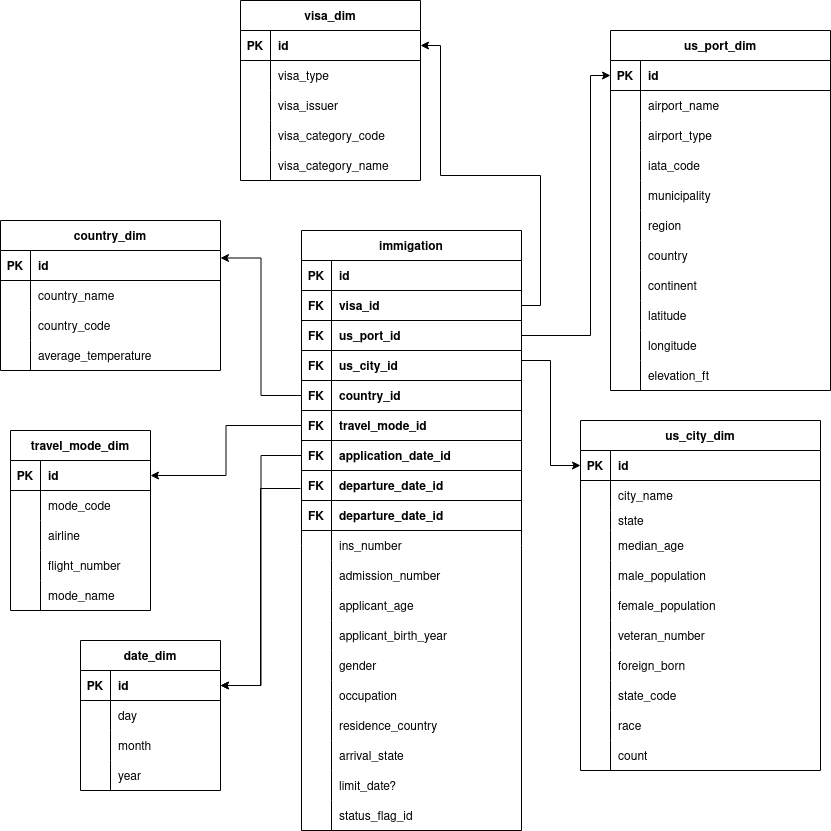
Above: assets/datawarehouse_design.png in trantuanngoc/us_immigration_data_engineering (draw.io), before the change. Source tidied: cells renumbered, new cells last; positions are measured from the earlier drawing's top-left corner, leaving out a move shared by most shapes.
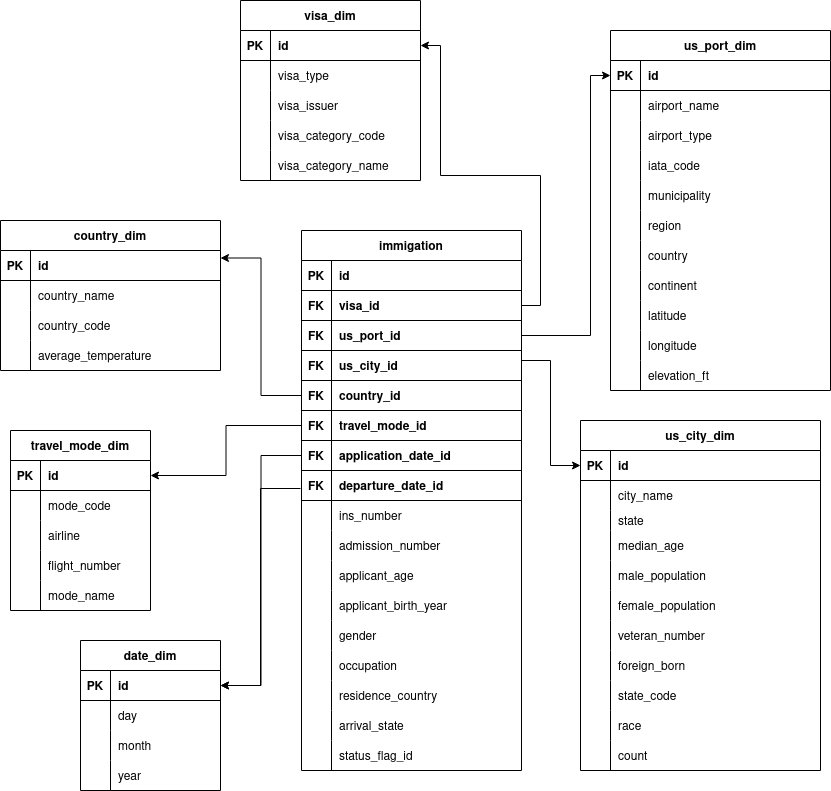
The same diagram one commit later.

Diff of the diagram source:
```diff
@@ -42,7 +42,7 @@
       <mxGeometry x="30" width="110" height="30" as="geometry" />
     </mxCell>
     <mxCell id="15" value="immigation" style="shape=table;startSize=30;rowLines=0;fontStyle=1;align=center;" parent="1" vertex="1">
-      <mxGeometry x="301" y="230" width="220" height="600" as="geometry" />
+      <mxGeometry x="301" y="230" width="220" height="540" as="geometry" />
     </mxCell>
     <mxCell id="16" style="shape=tableRow;horizontal=0;startSize=0;swimlaneHead=0;swimlaneBody=0;fillColor=none;strokeColor=inherit;top=0;left=0;right=0;bottom=1;fontStyle=0;" parent="15" vertex="1">
       <mxGeometry y="30" width="220" height="30" as="geometry" />
@@ -116,17 +116,8 @@
     <mxCell id="39" value="departure_date_id" style="shape=partialRectangle;overflow=hidden;fillColor=none;align=left;strokeColor=inherit;top=0;left=0;bottom=0;right=0;spacingLeft=6;fontStyle=1;" parent="37" vertex="1">
       <mxGeometry x="30" width="190" height="30" as="geometry" />
     </mxCell>
-    <mxCell id="40" style="shape=tableRow;horizontal=0;startSize=0;swimlaneHead=0;swimlaneBody=0;fillColor=none;strokeColor=inherit;top=0;left=0;right=0;bottom=1;fontStyle=0;" parent="15" vertex="1">
-      <mxGeometry y="270" width="220" height="30" as="geometry" />
-    </mxCell>
-    <mxCell id="41" value="FK" style="shape=partialRectangle;overflow=hidden;fillColor=none;strokeColor=inherit;top=0;left=0;bottom=0;right=0;fontStyle=1;" parent="40" vertex="1">
-      <mxGeometry width="30" height="30" as="geometry" />
-    </mxCell>
-    <mxCell id="42" value="departure_date_id" style="shape=partialRectangle;overflow=hidden;fillColor=none;align=left;strokeColor=inherit;top=0;left=0;bottom=0;right=0;spacingLeft=6;fontStyle=1;" parent="40" vertex="1">
-      <mxGeometry x="30" width="190" height="30" as="geometry" />
-    </mxCell>
     <mxCell id="43" style="shape=tableRow;horizontal=0;startSize=0;swimlaneHead=0;swimlaneBody=0;fillColor=none;strokeColor=inherit;top=0;left=0;right=0;bottom=0;fontStyle=0;" parent="15" vertex="1">
-      <mxGeometry y="300" width="220" height="30" as="geometry" />
+      <mxGeometry y="270" width="220" height="30" as="geometry" />
     </mxCell>
     <mxCell id="44" style="shape=partialRectangle;overflow=hidden;fillColor=none;strokeColor=#000000;top=0;left=0;bottom=0;right=0;fontStyle=0;strokeWidth=3;" parent="43" vertex="1">
       <mxGeometry width="30" height="30" as="geometry" />
@@ -135,7 +126,7 @@
       <mxGeometry x="30" width="190" height="30" as="geometry" />
     </mxCell>
     <mxCell id="46" style="shape=tableRow;horizontal=0;startSize=0;swimlaneHead=0;swimlaneBody=0;fillColor=none;strokeColor=inherit;top=0;left=0;right=0;bottom=0;fontStyle=0;" parent="15" vertex="1">
-      <mxGeometry y="330" width="220" height="30" as="geometry" />
+      <mxGeometry y="300" width="220" height="30" as="geometry" />
     </mxCell>
     <mxCell id="47" style="shape=partialRectangle;overflow=hidden;fillColor=none;strokeColor=inherit;top=0;left=0;bottom=0;right=0;fontStyle=0;" parent="46" vertex="1">
       <mxGeometry width="30" height="30" as="geometry" />
@@ -144,7 +135,7 @@
       <mxGeometry x="30" width="190" height="30" as="geometry" />
     </mxCell>
     <mxCell id="49" style="shape=tableRow;horizontal=0;startSize=0;swimlaneHead=0;swimlaneBody=0;fillColor=none;strokeColor=inherit;top=0;left=0;right=0;bottom=0;fontStyle=0;" parent="15" vertex="1">
-      <mxGeometry y="360" width="220" height="30" as="geometry" />
+      <mxGeometry y="330" width="220" height="30" as="geometry" />
     </mxCell>
     <mxCell id="50" style="shape=partialRectangle;overflow=hidden;fillColor=none;strokeColor=inherit;top=0;left=0;bottom=0;right=0;fontStyle=0;" parent="49" vertex="1">
       <mxGeometry width="30" height="30" as="geometry" />
@@ -153,7 +144,7 @@
       <mxGeometry x="30" width="190" height="30" as="geometry" />
     </mxCell>
     <mxCell id="52" style="shape=tableRow;horizontal=0;startSize=0;swimlaneHead=0;swimlaneBody=0;fillColor=none;strokeColor=inherit;top=0;left=0;right=0;bottom=0;fontStyle=0;" parent="15" vertex="1">
-      <mxGeometry y="390" width="220" height="30" as="geometry" />
+      <mxGeometry y="360" width="220" height="30" as="geometry" />
     </mxCell>
     <mxCell id="53" style="shape=partialRectangle;overflow=hidden;fillColor=none;strokeColor=inherit;top=0;left=0;bottom=0;right=0;fontStyle=0;" parent="52" vertex="1">
       <mxGeometry width="30" height="30" as="geometry" />
@@ -162,7 +153,7 @@
       <mxGeometry x="30" width="190" height="30" as="geometry" />
     </mxCell>
     <mxCell id="55" style="shape=tableRow;horizontal=0;startSize=0;swimlaneHead=0;swimlaneBody=0;fillColor=none;strokeColor=inherit;top=0;left=0;right=0;bottom=0;fontStyle=0;" parent="15" vertex="1">
-      <mxGeometry y="420" width="220" height="30" as="geometry" />
+      <mxGeometry y="390" width="220" height="30" as="geometry" />
     </mxCell>
     <mxCell id="56" style="shape=partialRectangle;overflow=hidden;fillColor=none;strokeColor=inherit;top=0;left=0;bottom=0;right=0;fontStyle=0;" parent="55" vertex="1">
       <mxGeometry width="30" height="30" as="geometry" />
@@ -171,7 +162,7 @@
       <mxGeometry x="30" width="190" height="30" as="geometry" />
     </mxCell>
     <mxCell id="58" style="shape=tableRow;horizontal=0;startSize=0;swimlaneHead=0;swimlaneBody=0;fillColor=none;strokeColor=inherit;top=0;left=0;right=0;bottom=0;fontStyle=0;" parent="15" vertex="1">
-      <mxGeometry y="450" width="220" height="30" as="geometry" />
+      <mxGeometry y="420" width="220" height="30" as="geometry" />
     </mxCell>
     <mxCell id="59" style="shape=partialRectangle;overflow=hidden;fillColor=none;strokeColor=inherit;top=0;left=0;bottom=0;right=0;fontStyle=0;" parent="58" vertex="1">
       <mxGeometry width="30" height="30" as="geometry" />
@@ -180,7 +171,7 @@
       <mxGeometry x="30" width="190" height="30" as="geometry" />
     </mxCell>
     <mxCell id="61" style="shape=tableRow;horizontal=0;startSize=0;swimlaneHead=0;swimlaneBody=0;fillColor=none;strokeColor=inherit;top=0;left=0;right=0;bottom=0;fontStyle=0;" parent="15" vertex="1">
-      <mxGeometry y="480" width="220" height="30" as="geometry" />
+      <mxGeometry y="450" width="220" height="30" as="geometry" />
     </mxCell>
     <mxCell id="62" style="shape=partialRectangle;overflow=hidden;fillColor=none;strokeColor=inherit;top=0;left=0;bottom=0;right=0;fontStyle=0;" parent="61" vertex="1">
       <mxGeometry width="30" height="30" as="geometry" />
@@ -189,7 +180,7 @@
       <mxGeometry x="30" width="190" height="30" as="geometry" />
     </mxCell>
     <mxCell id="64" style="shape=tableRow;horizontal=0;startSize=0;swimlaneHead=0;swimlaneBody=0;fillColor=none;strokeColor=inherit;top=0;left=0;right=0;bottom=0;fontStyle=0;" parent="15" vertex="1">
-      <mxGeometry y="510" width="220" height="30" as="geometry" />
+      <mxGeometry y="480" width="220" height="30" as="geometry" />
     </mxCell>
     <mxCell id="65" style="shape=partialRectangle;overflow=hidden;fillColor=none;strokeColor=inherit;top=0;left=0;bottom=0;right=0;fontStyle=0;" parent="64" vertex="1">
       <mxGeometry width="30" height="30" as="geometry" />
@@ -197,17 +188,8 @@
     <mxCell id="66" value="arrival_state" style="shape=partialRectangle;overflow=hidden;fillColor=none;align=left;strokeColor=inherit;top=0;left=0;bottom=0;right=0;spacingLeft=6;fontStyle=0;" parent="64" vertex="1">
       <mxGeometry x="30" width="190" height="30" as="geometry" />
     </mxCell>
-    <mxCell id="67" style="shape=tableRow;horizontal=0;startSize=0;swimlaneHead=0;swimlaneBody=0;fillColor=none;strokeColor=inherit;top=0;left=0;right=0;bottom=0;fontStyle=0;" parent="15" vertex="1">
-      <mxGeometry y="540" width="220" height="30" as="geometry" />
-    </mxCell>
-    <mxCell id="68" style="shape=partialRectangle;overflow=hidden;fillColor=none;strokeColor=inherit;top=0;left=0;bottom=0;right=0;fontStyle=0;" parent="67" vertex="1">
-      <mxGeometry width="30" height="30" as="geometry" />
-    </mxCell>
-    <mxCell id="69" value="limit_date?" style="shape=partialRectangle;overflow=hidden;fillColor=none;align=left;strokeColor=inherit;top=0;left=0;bottom=0;right=0;spacingLeft=6;fontStyle=0;" parent="67" vertex="1">
-      <mxGeometry x="30" width="190" height="30" as="geometry" />
-    </mxCell>
     <mxCell id="70" style="shape=tableRow;horizontal=0;startSize=0;swimlaneHead=0;swimlaneBody=0;fillColor=none;strokeColor=inherit;top=0;left=0;right=0;bottom=0;fontStyle=0;" parent="15" vertex="1">
-      <mxGeometry y="570" width="220" height="30" as="geometry" />
+      <mxGeometry y="510" width="220" height="30" as="geometry" />
     </mxCell>
     <mxCell id="71" style="shape=partialRectangle;overflow=hidden;fillColor=none;strokeColor=inherit;top=0;left=0;bottom=0;right=0;fontStyle=0;" parent="70" vertex="1">
       <mxGeometry width="30" height="30" as="geometry" />
```
